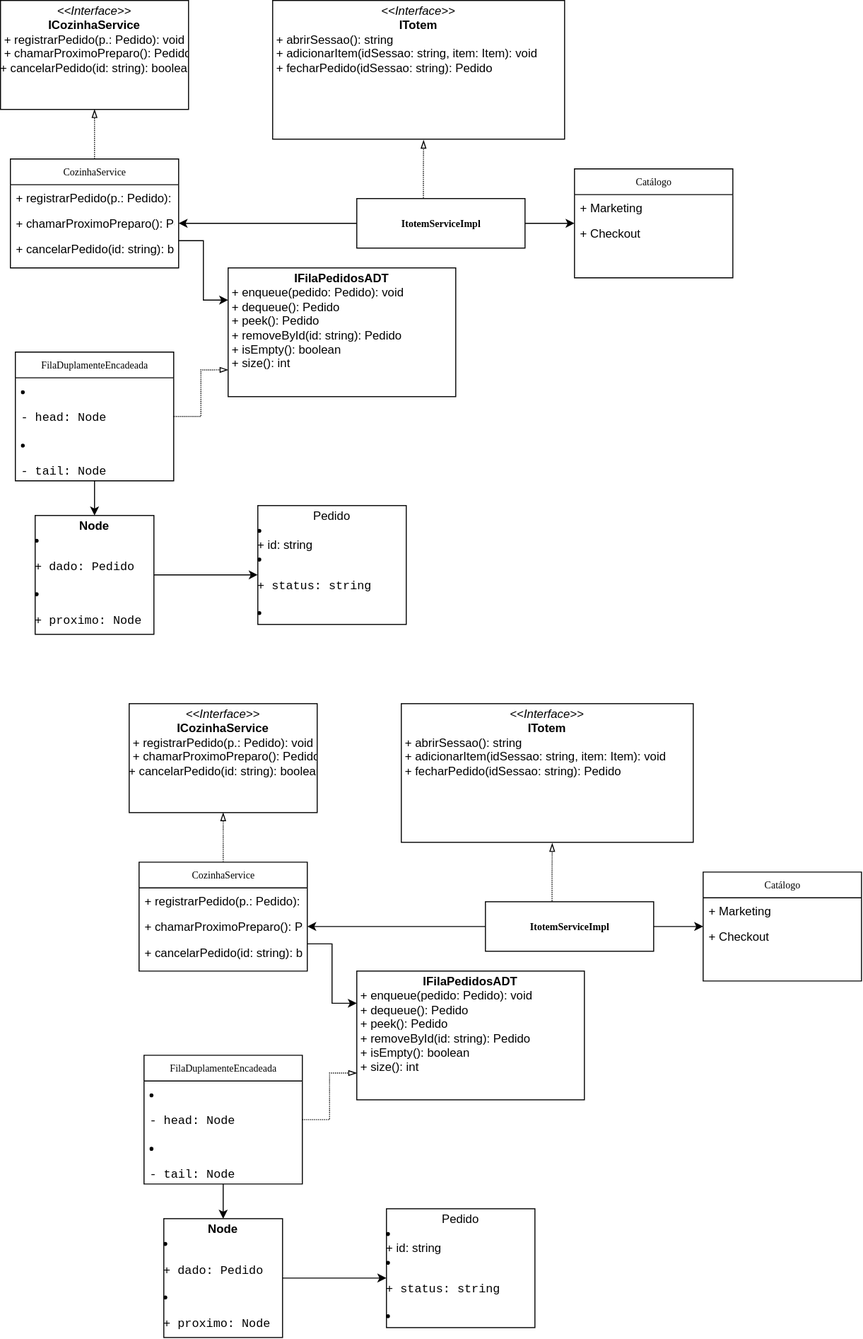
Above: arquitetura_classes.drawio.svg in guaxis/Fast-food.Kds (draw.io), before the change. Source tidied: cells renumbered, new cells last; positions are measured from the earlier drawing's top-left corner, leaving out a move shared by most shapes.
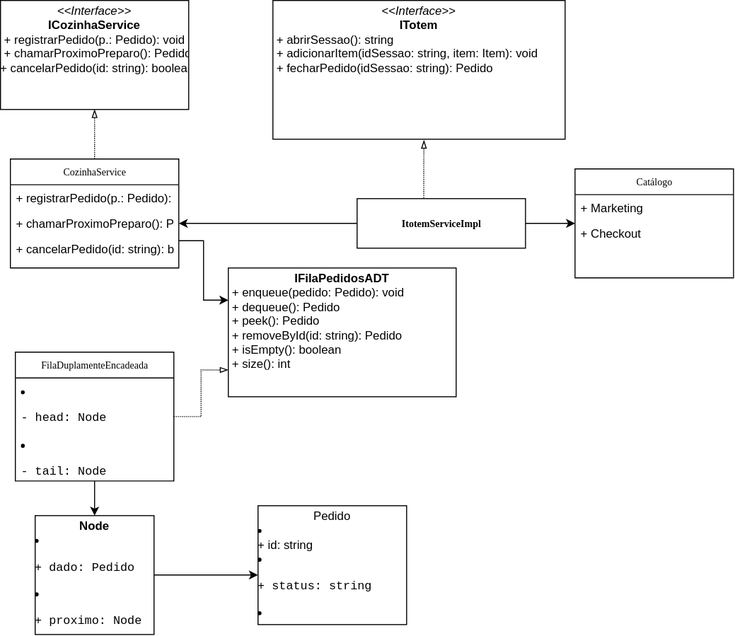
Later version of the same file.

The edit, as a diff of the source:
```diff
@@ -73,76 +73,5 @@
     <mxCell id="24" style="edgeStyle=orthogonalEdgeStyle;rounded=0;jettySize=auto;html=1;entryX=-0.001;entryY=0.583;entryDx=0;entryDy=0;entryPerimeter=0;defaultLabelBackgroundColor=page;" parent="1" edge="1" source="21" target="22">
       <mxGeometry relative="1" as="geometry" />
     </mxCell>
-    <mxCell id="25" style="edgeStyle=orthogonalEdgeStyle;rounded=0;jettySize=auto;html=1;defaultLabelBackgroundColor=page;dashed=1;dashPattern=1 1;endArrow=blockThin;endFill=0;" parent="1" edge="1" source="27" target="43">
-      <mxGeometry relative="1" as="geometry" />
-    </mxCell>
-    <mxCell id="26" style="edgeStyle=orthogonalEdgeStyle;rounded=0;jettySize=auto;html=1;exitX=1;exitY=0.75;exitDx=0;exitDy=0;entryX=0;entryY=0.25;entryDx=0;entryDy=0;defaultLabelBackgroundColor=page;" parent="1" edge="1" source="27" target="37">
-      <mxGeometry relative="1" as="geometry" />
-    </mxCell>
-    <mxCell id="27" value="CozinhaService" style="swimlane;html=1;fontStyle=0;horizontal=1;startSize=26;fillColor=none;swimlaneFillColor=#ffffff;rounded=0;shadow=0;comic=0;labelBackgroundColor=none;strokeWidth=1;fontFamily=Verdana;fontSize=10;align=center;" parent="1" vertex="1">
-      <mxGeometry x="140" y="870" width="170" height="110" as="geometry" />
-    </mxCell>
-    <mxCell id="28" value="&lt;span style=&quot;white-space: nowrap;&quot;&gt;+ registrarPedido(p.: Pedido): void&lt;/span&gt;" style="text;html=1;strokeColor=none;fillColor=none;align=left;verticalAlign=top;spacingLeft=4;spacingRight=4;whiteSpace=wrap;overflow=hidden;" parent="27" vertex="1">
-      <mxGeometry y="26" width="170" height="26" as="geometry" />
-    </mxCell>
-    <mxCell id="29" value="&lt;span style=&quot;white-space: nowrap;&quot;&gt;+ chamarProximoPreparo(): Pedido&lt;/span&gt;" style="text;html=1;strokeColor=none;fillColor=none;align=left;verticalAlign=top;spacingLeft=4;spacingRight=4;whiteSpace=wrap;overflow=hidden;points=[[0,0.5],[1,0.5]];portConstraint=eastwest;" parent="27" vertex="1">
-      <mxGeometry y="52" width="170" height="26" as="geometry" />
-    </mxCell>
-    <mxCell id="30" value="&lt;span style=&quot;white-space: nowrap;&quot;&gt;+ cancelarPedido(id: string): boolean&lt;/span&gt;&lt;div&gt;&lt;span style=&quot;white-space: nowrap;&quot;&gt;&lt;br&gt;&lt;/span&gt;&lt;/div&gt;" style="text;html=1;strokeColor=none;fillColor=none;align=left;verticalAlign=top;spacingLeft=4;spacingRight=4;whiteSpace=wrap;overflow=hidden;" parent="27" vertex="1">
-      <mxGeometry y="78" width="170" height="26" as="geometry" />
-    </mxCell>
-    <mxCell id="31" value="Catálogo " style="swimlane;html=1;fontStyle=0;horizontal=1;startSize=26;fillColor=none;swimlaneFillColor=#ffffff;rounded=0;shadow=0;comic=0;labelBackgroundColor=none;strokeWidth=1;fontFamily=Verdana;fontSize=10;align=center;" parent="1" vertex="1">
-      <mxGeometry x="710" y="880" width="160" height="110" as="geometry" />
-    </mxCell>
-    <mxCell id="32" value="+ Marketing" style="text;html=1;strokeColor=none;fillColor=none;align=left;verticalAlign=top;spacingLeft=4;spacingRight=4;whiteSpace=wrap;overflow=hidden;" parent="31" vertex="1">
-      <mxGeometry y="26" width="160" height="26" as="geometry" />
-    </mxCell>
-    <mxCell id="33" value="+ Checkout " style="text;html=1;strokeColor=none;fillColor=none;align=left;verticalAlign=top;spacingLeft=4;spacingRight=4;whiteSpace=wrap;overflow=hidden;" parent="31" vertex="1">
-      <mxGeometry y="52" width="160" height="26" as="geometry" />
-    </mxCell>
-    <mxCell id="34" style="edgeStyle=orthogonalEdgeStyle;rounded=0;jettySize=auto;html=1;entryX=0.5;entryY=0;entryDx=0;entryDy=0;defaultLabelBackgroundColor=page;" parent="1" edge="1" source="35" target="44">
-      <mxGeometry relative="1" as="geometry" />
-    </mxCell>
-    <mxCell id="35" value="FilaDuplamenteEncadeada" style="swimlane;html=1;fontStyle=0;horizontal=1;startSize=26;fillColor=none;swimlaneFillColor=#ffffff;rounded=0;shadow=0;comic=0;labelBackgroundColor=none;strokeWidth=1;fontFamily=Verdana;fontSize=10;align=center;" parent="1" vertex="1">
-      <mxGeometry x="145" y="1065" width="160" height="130" as="geometry" />
-    </mxCell>
-    <mxCell id="36" value="&lt;li&gt;&lt;p&gt;&lt;code&gt;- head: Node&lt;/code&gt;&lt;/p&gt;&lt;/li&gt;&lt;li&gt;&lt;p&gt;&lt;code&gt;- tail: Node&lt;/code&gt;&lt;/p&gt;&lt;/li&gt;&lt;li&gt;&lt;p&gt;&lt;code&gt;- totalElementos: int&lt;/code&gt;&lt;/p&gt;&lt;/li&gt;" style="text;html=1;strokeColor=none;fillColor=none;align=left;verticalAlign=top;spacingLeft=4;spacingRight=4;whiteSpace=wrap;overflow=hidden;" parent="35" vertex="1">
-      <mxGeometry y="26" width="160" height="104" as="geometry" />
-    </mxCell>
-    <mxCell id="37" value="&lt;p style=&quot;margin:0px;margin-top:4px;text-align:center;&quot;&gt;&lt;b&gt;IFilaPedidosADT&lt;/b&gt;&lt;/p&gt;&lt;p style=&quot;margin:0px;margin-left:4px;&quot;&gt;+&amp;nbsp;enqueue(pedido: Pedido): void&lt;br&gt;+&amp;nbsp;dequeue(): Pedido&lt;br&gt;+ peek(): Pedido&lt;br&gt;+ removeById(id: string): Pedido&lt;br&gt;+ isEmpty(): boolean&lt;br&gt;+ size(): int&lt;/p&gt;&lt;p style=&quot;margin:0px;margin-left:4px;&quot;&gt;&lt;br&gt;&lt;/p&gt;" style="verticalAlign=top;align=left;overflow=fill;fontSize=12;fontFamily=Helvetica;html=1;rounded=0;shadow=0;comic=0;labelBackgroundColor=none;strokeWidth=1;" parent="1" vertex="1">
-      <mxGeometry x="360" y="980" width="230" height="130" as="geometry" />
-    </mxCell>
-    <mxCell id="38" value="&lt;p style=&quot;margin:0px;margin-top:4px;text-align:center;&quot;&gt;&lt;i&gt;&amp;lt;&amp;lt;Interface&amp;gt;&amp;gt;&lt;b&gt;&lt;br&gt;&lt;/b&gt;&lt;/i&gt;&lt;b&gt;ITotem&lt;/b&gt;&lt;/p&gt;&lt;p style=&quot;margin:0px;margin-left:4px;&quot;&gt;+&amp;nbsp;abrirSessao(): string&lt;br&gt;+ adicionarItem(idSessao: string, item: Item): void&lt;/p&gt;&lt;p style=&quot;margin:0px;margin-left:4px;&quot;&gt;+ fecharPedido(idSessao: string): Pedido&lt;/p&gt;" style="verticalAlign=top;align=left;overflow=fill;fontSize=12;fontFamily=Helvetica;html=1;rounded=0;shadow=0;comic=0;labelBackgroundColor=none;strokeWidth=1;" parent="1" vertex="1">
-      <mxGeometry x="405" y="710" width="295" height="140" as="geometry" />
-    </mxCell>
-    <mxCell id="39" style="edgeStyle=orthogonalEdgeStyle;rounded=0;jettySize=auto;html=1;entryX=0;entryY=0.5;entryDx=0;entryDy=0;defaultLabelBackgroundColor=page;" parent="1" edge="1" source="42" target="31">
-      <mxGeometry relative="1" as="geometry" />
-    </mxCell>
-    <mxCell id="40" style="edgeStyle=orthogonalEdgeStyle;rounded=0;jettySize=auto;html=1;exitX=0.396;exitY=-0.013;exitDx=0;exitDy=0;defaultLabelBackgroundColor=page;dashed=1;dashPattern=1 1;endArrow=blockThin;endFill=0;exitPerimeter=0;" parent="1" edge="1" source="42">
-      <mxGeometry x="0.1" relative="1" as="geometry">
-        <mxPoint x="557.5" y="851" as="targetPoint" />
-      </mxGeometry>
-    </mxCell>
-    <mxCell id="41" style="edgeStyle=orthogonalEdgeStyle;rounded=0;jettySize=auto;html=1;entryX=1;entryY=0.5;entryDx=0;entryDy=0;defaultLabelBackgroundColor=page;" parent="1" edge="1" source="42" target="29">
-      <mxGeometry relative="1" as="geometry" />
-    </mxCell>
-    <mxCell id="42" value="&lt;div style=&quot;text-align: justify;&quot;&gt;&lt;b style=&quot;background-color: transparent; color: light-dark(#000000, var(--ge-light-color, #ffffff));&quot;&gt;ItotemServiceImpl&lt;/b&gt;&lt;/div&gt;" style="html=1;rounded=0;shadow=0;comic=0;labelBackgroundColor=none;strokeWidth=1;fontFamily=Verdana;fontSize=10;align=center;" parent="1" vertex="1">
-      <mxGeometry x="490" y="910" width="170" height="50" as="geometry" />
-    </mxCell>
-    <mxCell id="43" value="&lt;p style=&quot;margin:0px;margin-top:4px;text-align:center;&quot;&gt;&lt;i&gt;&amp;lt;&amp;lt;Interface&amp;gt;&amp;gt;&lt;b&gt;&lt;br&gt;&lt;/b&gt;&lt;/i&gt;&lt;b&gt;ICozinhaService&lt;/b&gt;&lt;/p&gt;&lt;p style=&quot;margin:0px;margin-left:4px;&quot;&gt;&lt;span style=&quot;background-color: transparent; color: light-dark(#000000, var(--ge-light-color, #ffffff));&quot;&gt;+ registrarPedido(p.: Pedido): void&lt;br&gt;&lt;/span&gt;+ chamarProximoPreparo(): Pedido&lt;br&gt;&lt;/p&gt;+ cancelarPedido(id: string): boolean&lt;p style=&quot;margin:0px;margin-left:4px;&quot;&gt;&lt;br&gt;&lt;/p&gt;" style="verticalAlign=top;align=left;overflow=fill;fontSize=12;fontFamily=Helvetica;html=1;rounded=0;shadow=0;comic=0;labelBackgroundColor=none;strokeWidth=1;" parent="1" vertex="1">
-      <mxGeometry x="130" y="710" width="190" height="110" as="geometry" />
-    </mxCell>
-    <mxCell id="44" value="&lt;p style=&quot;margin:0px;margin-top:4px;text-align:center;&quot;&gt;&lt;span style=&quot;background-color: transparent; color: light-dark(#000000, var(--ge-light-color, #ffffff)); text-align: left;&quot;&gt;&lt;b&gt;Node&lt;/b&gt;&lt;/span&gt;&lt;/p&gt;&lt;li&gt;&lt;p&gt;&lt;code&gt;+ dado: Pedido&lt;/code&gt;&lt;/p&gt;&lt;/li&gt;&lt;li&gt;&lt;p&gt;&lt;code&gt;+ proximo: Node&lt;/code&gt;&lt;/p&gt;&lt;/li&gt;&lt;li&gt;&lt;p&gt;&lt;code&gt;+ anterior: Node&lt;/code&gt;&lt;/p&gt;&lt;/li&gt;" style="verticalAlign=top;align=left;overflow=fill;fontSize=12;fontFamily=Helvetica;html=1;rounded=0;shadow=0;comic=0;labelBackgroundColor=none;strokeWidth=1;" parent="1" vertex="1">
-      <mxGeometry x="165" y="1230" width="120" height="120" as="geometry" />
-    </mxCell>
-    <mxCell id="45" value="&lt;p style=&quot;margin:0px;margin-top:4px;text-align:center;&quot;&gt;Pedido&lt;/p&gt;&lt;li&gt;&lt;span style=&quot;background-color: transparent; color: light-dark(#000000, var(--ge-light-color, #ffffff));&quot;&gt;&lt;br&gt;+ id: string&lt;/span&gt;&lt;/li&gt;&lt;li&gt;&lt;p&gt;&lt;code&gt;+ status: string&lt;/code&gt;&lt;/p&gt;&lt;/li&gt;&lt;li&gt;&lt;p&gt;&lt;code&gt;+ total: double&lt;/code&gt;&lt;/p&gt;&lt;/li&gt;" style="verticalAlign=top;align=left;overflow=fill;fontSize=12;fontFamily=Helvetica;html=1;rounded=0;shadow=0;comic=0;labelBackgroundColor=none;strokeWidth=1;" parent="1" vertex="1">
-      <mxGeometry x="390" y="1220" width="150" height="120" as="geometry" />
-    </mxCell>
-    <mxCell id="46" style="edgeStyle=orthogonalEdgeStyle;rounded=0;jettySize=auto;html=1;entryX=0;entryY=0.792;entryDx=0;entryDy=0;entryPerimeter=0;defaultLabelBackgroundColor=page;endArrow=blockThin;endFill=0;dashed=1;dashPattern=1 1;" parent="1" edge="1" source="35" target="37">
-      <mxGeometry relative="1" as="geometry" />
-    </mxCell>
-    <mxCell id="47" style="edgeStyle=orthogonalEdgeStyle;rounded=0;jettySize=auto;html=1;entryX=-0.001;entryY=0.583;entryDx=0;entryDy=0;entryPerimeter=0;defaultLabelBackgroundColor=page;" parent="1" edge="1" source="44" target="45">
-      <mxGeometry relative="1" as="geometry" />
-    </mxCell>
   </root>
 </mxGraphModel>
```
